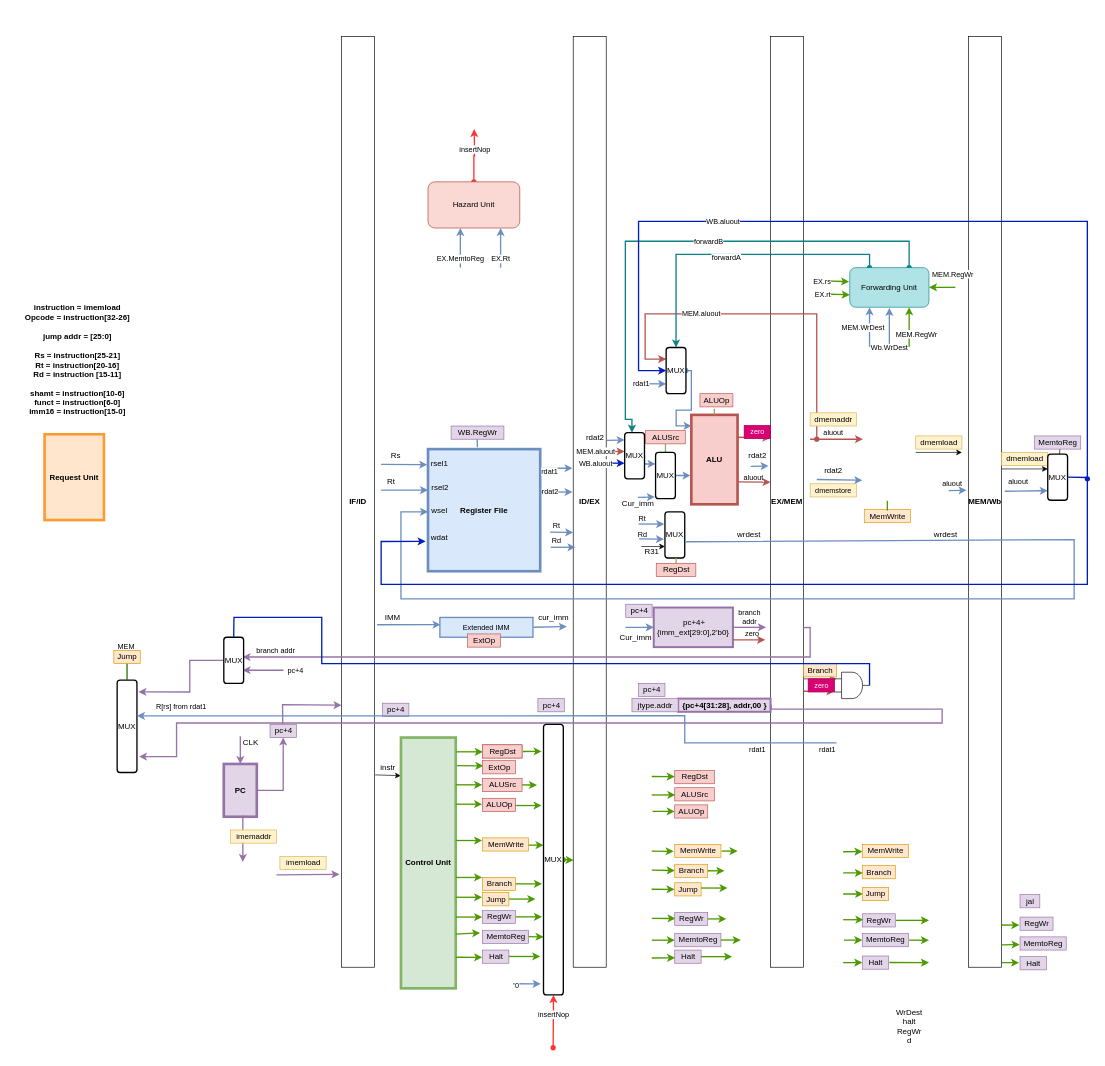
The draw.io diagram pipeline.drawio in vickyfyq/ece437, before the edit. Source tidied: cells renumbered, new cells numbered last; positions are measured from the earlier drawing's top-left corner, leaving out a move shared by most shapes. Both pictures are drawn from the tidied source at 66%, with x=0, y=0 at pixel (11, 36).
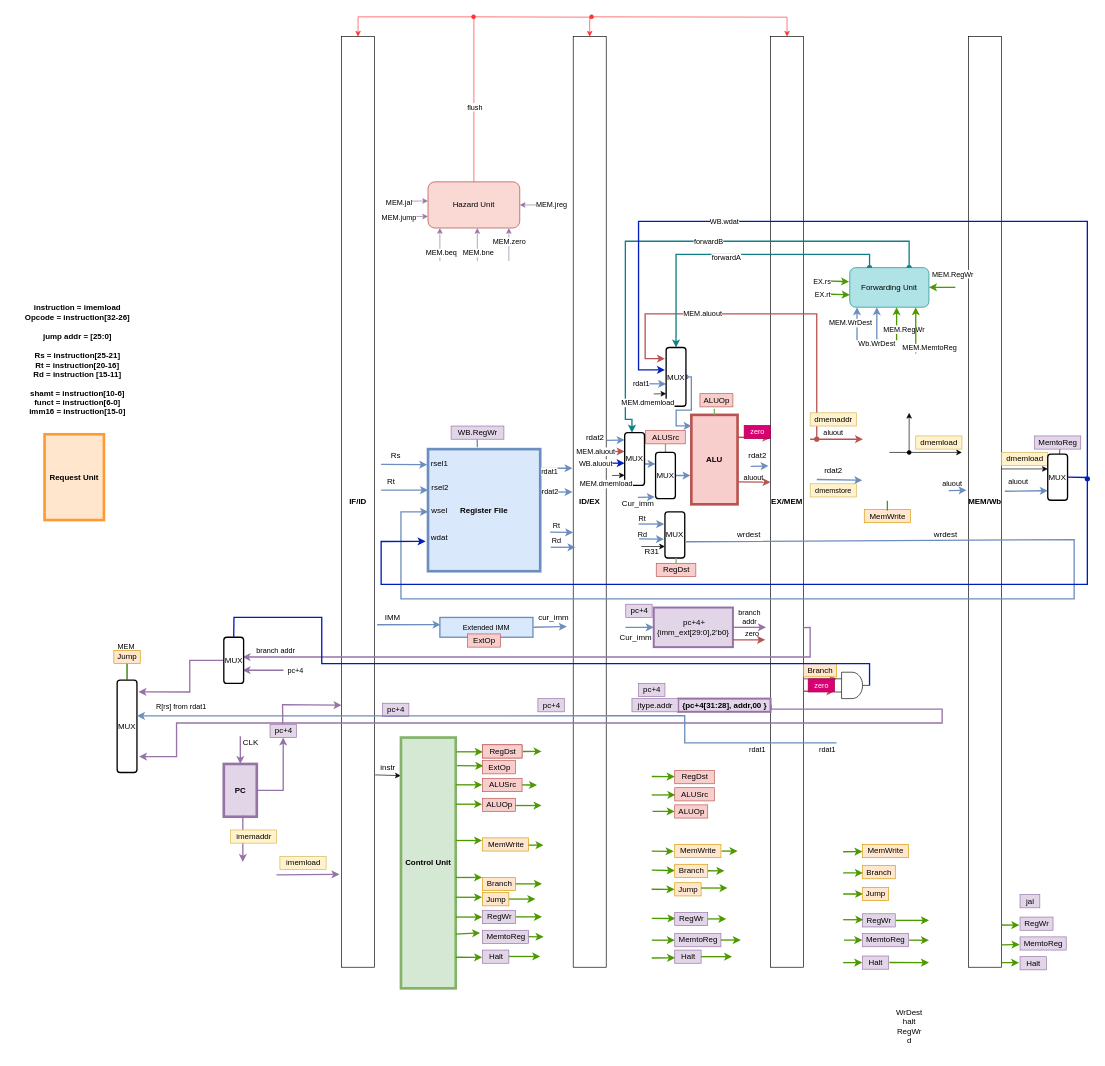
The same page after the edit.

Commit message:
updated forward, added hazard to pipeline.drawio

The change refers to these unchanged cells:
```xml
<mxCell id="2" value="IF/ID" style="rounded=0;whiteSpace=wrap;html=1;fontStyle=1;" parent="1" vertex="1">
  <mxGeometry x="500" width="50" height="1410" as="geometry" />
</mxCell>
<mxCell id="3" value="ID/EX" style="rounded=0;whiteSpace=wrap;html=1;fontStyle=1;" parent="1" vertex="1">
  <mxGeometry x="851" width="50" height="1410" as="geometry" />
</mxCell>
<mxCell id="4" value="EX/MEM" style="rounded=0;whiteSpace=wrap;html=1;fontStyle=1;" parent="1" vertex="1">
  <mxGeometry x="1150" width="50" height="1410" as="geometry" />
</mxCell>
<mxCell id="117" value="&lt;b&gt;ALU&lt;/b&gt;" style="rounded=0;whiteSpace=wrap;html=1;strokeColor=#b85450;strokeWidth=4;fillColor=#f8cecc;" parent="1" vertex="1">
  <mxGeometry x="1030" y="573.1" width="70" height="135.5" as="geometry" />
</mxCell>
<mxCell id="188" value="MUX" style="rounded=1;whiteSpace=wrap;html=1;strokeWidth=2;" parent="1" vertex="1">
  <mxGeometry x="160" y="975" width="30" height="140" as="geometry" />
</mxCell>
<mxCell id="193" value="{pc+4[31:28], addr,00 }" style="text;html=1;align=center;verticalAlign=middle;points=[];strokeColor=#9673a6;fillColor=#e1d5e7;fontColor=default;fontStyle=1;strokeWidth=3;" parent="1" vertex="1">
  <mxGeometry x="1010" y="1003" width="140" height="20" as="geometry" />
</mxCell>
<mxCell id="213" value="Forwarding Unit" style="rounded=1;whiteSpace=wrap;html=1;fillColor=#b0e3e6;strokeColor=#0e8088;" parent="1" vertex="1">
  <mxGeometry x="1270" y="350" width="120" height="60" as="geometry" />
</mxCell>
<mxCell id="239" value="Hazard Unit" style="rounded=1;whiteSpace=wrap;html=1;fillColor=#fad9d5;strokeColor=#ae4132;" parent="1" vertex="1">
  <mxGeometry x="631" y="220" width="139" height="70" as="geometry" />
</mxCell>
```

Diff of the diagram source:
```diff
@@
-    <mxCell id="149" style="endArrow=classic;html=1;rounded=0;labelBackgroundColor=default;fontFamily=Helvetica;fontSize=11;fontColor=default;strokeColor=#b85450;strokeWidth=2;fillColor=#f8cecc;shape=connector;entryX=0;entryY=0.25;entryDx=0;entryDy=0;edgeStyle=orthogonalEdgeStyle;startArrow=oval;startFill=1;" parent="1" edge="1" target="219">
+    <mxCell id="149" style="endArrow=classic;html=1;rounded=0;labelBackgroundColor=default;fontFamily=Helvetica;fontSize=11;fontColor=default;strokeColor=#b85450;strokeWidth=2;fillColor=#f8cecc;shape=connector;edgeStyle=orthogonalEdgeStyle;startArrow=oval;startFill=1;" parent="1" edge="1">
       <mxGeometry relative="1" as="geometry">
         <mxPoint x="1220" y="610" as="sourcePoint" />
+        <mxPoint x="990" y="488" as="targetPoint" />
         <Array as="points">
           <mxPoint x="1220" y="420" />
           <mxPoint x="960" y="420" />
           <mxPoint x="960" y="488" />
         </Array>
       </mxGeometry>
     </mxCell>
@@
-    <mxCell id="154" style="endArrow=classic;html=1;rounded=0;exitX=1.066;exitY=0.414;exitDx=0;exitDy=0;exitPerimeter=0;" parent="1" edge="1">
+    <mxCell id="154" style="endArrow=classic;html=1;rounded=0;" parent="1" edge="1">
       <mxGeometry relative="1" as="geometry">
-        <mxPoint x="1370" y="630" as="sourcePoint" />
+        <mxPoint x="1330" y="630" as="sourcePoint" />
         <mxPoint x="1440" y="630" as="targetPoint" />
       </mxGeometry>
     </mxCell>
@@
-    <mxCell id="192" style="edgeStyle=orthogonalEdgeStyle;shape=connector;rounded=0;jettySize=auto;html=1;labelBackgroundColor=default;fontFamily=Helvetica;fontSize=11;fontColor=#000000;endArrow=classic;strokeColor=#9673a6;strokeWidth=2;fillColor=#e1d5e7;entryX=1.104;entryY=0.827;entryDx=0;entryDy=0;entryPerimeter=0;exitX=1.007;exitY=0.467;exitDx=0;exitDy=0;exitPerimeter=0;" parent="1" edge="1" source="193" target="188">
+    <mxCell id="192" style="edgeStyle=orthogonalEdgeStyle;shape=connector;rounded=0;jettySize=auto;html=1;labelBackgroundColor=default;fontFamily=Helvetica;fontSize=11;fontColor=#000000;endArrow=classic;strokeColor=#9673A6;strokeWidth=2;fillColor=#e1d5e7;entryX=1.104;entryY=0.827;entryDx=0;entryDy=0;entryPerimeter=0;exitX=1.007;exitY=0.467;exitDx=0;exitDy=0;exitPerimeter=0;" parent="1" edge="1" source="193" target="188">
       <mxGeometry relative="1" as="geometry">
         <Array as="points">
           <mxPoint x="1151" y="1019" />
           <mxPoint x="1410" y="1019" />
           <mxPoint x="1410" y="1040" />
           <mxPoint x="250" y="1040" />
           <mxPoint x="250" y="1091" />
         </Array>
       </mxGeometry>
     </mxCell>
@@
-    <mxCell id="214" style="endArrow=classic;html=1;rounded=0;entryX=0.25;entryY=1;entryDx=0;entryDy=0;fillColor=#dae8fc;strokeColor=#6c8ebf;strokeWidth=2;" parent="1" edge="1" target="213">
+    <mxCell id="214" style="endArrow=classic;html=1;rounded=0;fillColor=#dae8fc;strokeColor=#6c8ebf;strokeWidth=2;" parent="1" edge="1">
       <mxGeometry relative="1" as="geometry">
-        <mxPoint x="1300" y="470" as="sourcePoint" />
+        <mxPoint x="1281" y="460" as="sourcePoint" />
+        <mxPoint x="1281" y="410" as="targetPoint" />
       </mxGeometry>
     </mxCell>
@@
-    <mxCell id="216" style="endArrow=classic;html=1;rounded=0;entryX=0.25;entryY=1;entryDx=0;entryDy=0;fillColor=#dae8fc;strokeColor=#6C8EBF;strokeWidth=2;" parent="1" edge="1">
+    <mxCell id="216" style="endArrow=classic;html=1;rounded=0;fillColor=#dae8fc;strokeColor=#6C8EBF;strokeWidth=2;" parent="1" edge="1">
       <mxGeometry relative="1" as="geometry">
-        <mxPoint x="1330" y="471" as="sourcePoint" />
-        <mxPoint x="1330" y="411" as="targetPoint" />
+        <mxPoint x="1311" y="461" as="sourcePoint" />
+        <mxPoint x="1311" y="410" as="targetPoint" />
       </mxGeometry>
     </mxCell>
@@
     <mxCell id="218" style="edgeStyle=orthogonalEdgeStyle;rounded=0;jettySize=auto;html=1;exitX=1;exitY=0.5;exitDx=0;exitDy=0;startArrow=oval;startFill=1;strokeColor=#6C8EBF;strokeWidth=2;entryX=0.005;entryY=0.124;entryDx=0;entryDy=0;entryPerimeter=0;" parent="1" edge="1" source="219" target="117">
       <mxGeometry relative="1" as="geometry">
         <Array as="points">
-          <mxPoint x="1030" y="506" />
+          <mxPoint x="1030" y="515" />
           <mxPoint x="1030" y="566" />
           <mxPoint x="1007" y="566" />
           <mxPoint x="1007" y="590" />
         </Array>
       </mxGeometry>
     </mxCell>
     <mxCell id="219" value="MUX" style="rounded=1;whiteSpace=wrap;html=1;strokeWidth=2;" parent="1" vertex="1">
-      <mxGeometry x="991.8" y="471" width="30" height="70" as="geometry" />
+      <mxGeometry x="991.8" y="471" width="30" height="89" as="geometry" />
     </mxCell>
@@
-    <mxCell id="221" style="endArrow=classic;html=1;rounded=0;strokeWidth=2;strokeColor=#001DBC;entryX=0;entryY=0.5;entryDx=0;entryDy=0;edgeStyle=orthogonalEdgeStyle;startArrow=oval;startFill=1;" parent="1" edge="1" target="219">
+    <mxCell id="221" style="endArrow=classic;html=1;rounded=0;strokeWidth=2;strokeColor=#001DBC;edgeStyle=orthogonalEdgeStyle;startArrow=oval;startFill=1;" parent="1" edge="1">
       <mxGeometry relative="1" as="geometry">
         <mxPoint x="1630" y="670" as="sourcePoint" />
+        <mxPoint x="990" y="505" as="targetPoint" />
         <Array as="points">
           <mxPoint x="1630" y="280" />
           <mxPoint x="950" y="280" />
-          <mxPoint x="950" y="506" />
+          <mxPoint x="950" y="505" />
         </Array>
       </mxGeometry>
     </mxCell>
-    <mxCell id="222" value="WB.aluout" style="edgeLabel;html=1;align=center;verticalAlign=middle;" parent="221" vertex="1">
+    <mxCell id="222" value="WB.wdat" style="edgeLabel;html=1;align=center;verticalAlign=middle;" parent="221" vertex="1">
       <mxGeometry x="0.41" y="-1" relative="1" as="geometry" />
     </mxCell>
@@
-    <mxCell id="227" style="endArrow=classic;html=1;rounded=0;strokeColor=#4D9900;strokeWidth=2;entryX=0.75;entryY=1;entryDx=0;entryDy=0;" parent="1" edge="1" target="213">
+    <mxCell id="227" style="endArrow=classic;html=1;rounded=0;strokeColor=#4D9900;strokeWidth=2;" parent="1" edge="1">
       <mxGeometry relative="1" as="geometry">
-        <mxPoint x="1360" y="470" as="sourcePoint" />
+        <mxPoint x="1341" y="460" as="sourcePoint" />
+        <mxPoint x="1341" y="410" as="targetPoint" />
       </mxGeometry>
     </mxCell>
@@
     <mxCell id="236" value="MUX" style="rounded=1;whiteSpace=wrap;html=1;strokeWidth=2;" parent="1" vertex="1">
-      <mxGeometry x="929" y="600" width="30" height="70" as="geometry" />
+      <mxGeometry x="929" y="600" width="30" height="80" as="geometry" />
     </mxCell>
-    <mxCell id="237" style="edgeStyle=orthogonalEdgeStyle;rounded=0;jettySize=auto;html=1;exitX=0.5;exitY=0;exitDx=0;exitDy=0;startArrow=oval;startFill=1;strokeColor=#FF3333;strokeWidth=2;" parent="1" edge="1" source="239">
-      <mxGeometry relative="1" as="geometry">
-        <mxPoint x="701" y="140" as="targetPoint" />
-      </mxGeometry>
-    </mxCell>
-    <mxCell id="238" value="insertNop" style="edgeLabel;html=1;align=center;verticalAlign=middle;" parent="237" vertex="1">
-      <mxGeometry x="0.27" relative="1" as="geometry" />
-    </mxCell>
+    <mxCell id="250" style="edgeStyle=orthogonalEdgeStyle;rounded=0;jettySize=auto;html=1;exitX=0.5;exitY=0;exitDx=0;exitDy=0;startArrow=none;startFill=0;strokeColor=#FF3333;entryX=0.5;entryY=0;entryDx=0;entryDy=0;" parent="1" edge="1" source="239" target="2">
+      <mxGeometry relative="1" as="geometry">
+        <Array as="points">
+          <mxPoint x="700" y="-30" />
+          <mxPoint x="525" y="-30" />
+        </Array>
+      </mxGeometry>
+    </mxCell>
+    <mxCell id="251" value="flush" style="edgeLabel;html=1;align=center;verticalAlign=middle;" parent="250" vertex="1">
+      <mxGeometry x="-0.5" y="-1" relative="1" as="geometry" />
+    </mxCell>
@@
-    <mxCell id="240" style="endArrow=classic;html=1;rounded=0;strokeColor=#6C8EBF;strokeWidth=2;" parent="1" edge="1">
-      <mxGeometry relative="1" as="geometry">
-        <mxPoint x="741" y="350" as="sourcePoint" />
-        <mxPoint x="741" y="290" as="targetPoint" />
-      </mxGeometry>
-    </mxCell>
-    <mxCell id="241" value="EX.Rt" style="edgeLabel;html=1;align=center;verticalAlign=middle;" parent="240" vertex="1">
-      <mxGeometry x="-0.52" y="1" relative="1" as="geometry" />
-    </mxCell>
-    <mxCell id="242" style="endArrow=classic;html=1;rounded=0;strokeColor=#6C8EBF;strokeWidth=2;" parent="1" edge="1">
-      <mxGeometry relative="1" as="geometry">
-        <mxPoint x="680" y="350" as="sourcePoint" />
-        <mxPoint x="680" y="290" as="targetPoint" />
-      </mxGeometry>
-    </mxCell>
-    <mxCell id="243" value="EX.MemtoReg" style="edgeLabel;html=1;align=center;verticalAlign=middle;" parent="242" vertex="1">
-      <mxGeometry x="-0.52" y="1" relative="1" as="geometry" />
-    </mxCell>
-    <mxCell id="244" style="rounded=0;orthogonalLoop=1;jettySize=auto;html=1;exitX=0.5;exitY=0;exitDx=0;exitDy=0;startArrow=oval;startFill=1;strokeColor=#FF3333;strokeWidth=2;" parent="1" edge="1">
-      <mxGeometry relative="1" as="geometry">
-        <mxPoint x="820.6" y="1532" as="sourcePoint" />
-        <mxPoint x="821.1" y="1452" as="targetPoint" />
-      </mxGeometry>
-    </mxCell>
-    <mxCell id="245" value="insertNop" style="edgeLabel;html=1;align=center;verticalAlign=middle;" parent="244" vertex="1">
-      <mxGeometry x="0.27" relative="1" as="geometry" />
-    </mxCell>
-    <mxCell id="246" style="edgeStyle=none;rounded=0;jettySize=auto;html=1;exitX=1;exitY=0.5;exitDx=0;exitDy=0;entryX=0.013;entryY=0.885;entryDx=0;entryDy=0;entryPerimeter=0;startArrow=oval;startFill=1;strokeColor=#4D9900;strokeWidth=2;" parent="1" edge="1" source="247" target="3">
-      <mxGeometry relative="1" as="geometry" />
-    </mxCell>
-    <mxCell id="247" value="MUX" style="rounded=1;whiteSpace=wrap;html=1;strokeWidth=2;" parent="1" vertex="1">
-      <mxGeometry x="806" y="1042" width="30" height="410" as="geometry" />
-    </mxCell>
-    <mxCell id="248" style="endArrow=classic;html=1;rounded=0;strokeColor=#6C8EBF;strokeWidth=2;entryX=-0.144;entryY=0.959;entryDx=0;entryDy=0;entryPerimeter=0;" parent="1" edge="1" target="247">
-      <mxGeometry relative="1" as="geometry">
-        <mxPoint x="760" y="1435" as="sourcePoint" />
-      </mxGeometry>
-    </mxCell>
-    <mxCell id="249" value="0" style="edgeLabel;html=1;align=center;verticalAlign=middle;" parent="248" vertex="1">
-      <mxGeometry x="-0.72" y="-2" relative="1" as="geometry" />
-    </mxCell>
+    <mxCell id="252" style="endArrow=classic;html=1;rounded=0;strokeColor=#9673A6;" parent="1" edge="1">
+      <mxGeometry relative="1" as="geometry">
+        <mxPoint x="649" y="340" as="sourcePoint" />
+        <mxPoint x="649" y="290" as="targetPoint" />
+      </mxGeometry>
+    </mxCell>
+    <mxCell id="253" value="MEM.beq" style="edgeLabel;html=1;align=center;verticalAlign=middle;" parent="252" vertex="1">
+      <mxGeometry x="-0.47" y="-1" relative="1" as="geometry" />
+    </mxCell>
+    <mxCell id="254" style="endArrow=classic;html=1;rounded=0;strokeColor=#9673A6;" parent="1" edge="1">
+      <mxGeometry relative="1" as="geometry">
+        <mxPoint x="705.7" y="340" as="sourcePoint" />
+        <mxPoint x="705.7" y="290" as="targetPoint" />
+      </mxGeometry>
+    </mxCell>
+    <mxCell id="255" value="MEM.bne" style="edgeLabel;html=1;align=center;verticalAlign=middle;" parent="254" vertex="1">
+      <mxGeometry x="-0.47" y="-1" relative="1" as="geometry" />
+    </mxCell>
+    <mxCell id="256" style="endArrow=classic;html=1;rounded=0;strokeColor=#9673A6;" parent="1" edge="1">
+      <mxGeometry relative="1" as="geometry">
+        <mxPoint x="753.5" y="340" as="sourcePoint" />
+        <mxPoint x="753.5" y="290" as="targetPoint" />
+      </mxGeometry>
+    </mxCell>
+    <mxCell id="257" value="MEM.zero" style="edgeLabel;html=1;align=center;verticalAlign=middle;" parent="256" vertex="1">
+      <mxGeometry x="-0.47" y="-1" relative="1" as="geometry">
+        <mxPoint x="-1" y="-17" as="offset" />
+      </mxGeometry>
+    </mxCell>
+    <mxCell id="258" style="endArrow=classic;html=1;rounded=0;strokeColor=#FF3333;entryX=0.5;entryY=0;entryDx=0;entryDy=0;startArrow=oval;startFill=1;edgeStyle=orthogonalEdgeStyle;" parent="1" edge="1" target="3">
+      <mxGeometry relative="1" as="geometry">
+        <mxPoint x="700" y="-30" as="sourcePoint" />
+      </mxGeometry>
+    </mxCell>
+    <mxCell id="259" style="endArrow=classic;html=1;rounded=0;strokeColor=#FF3333;entryX=0.5;entryY=0;entryDx=0;entryDy=0;startArrow=oval;startFill=1;edgeStyle=orthogonalEdgeStyle;" parent="1" edge="1" target="4">
+      <mxGeometry relative="1" as="geometry">
+        <mxPoint x="878.8" y="-30" as="sourcePoint" />
+      </mxGeometry>
+    </mxCell>
+    <mxCell id="260" style="endArrow=classic;html=1;rounded=0;strokeColor=#9673A6;entryX=0;entryY=0.75;entryDx=0;entryDy=0;" parent="1" edge="1" target="239">
+      <mxGeometry relative="1" as="geometry">
+        <mxPoint x="570" y="273" as="sourcePoint" />
+      </mxGeometry>
+    </mxCell>
+    <mxCell id="261" value="MEM.jump" style="edgeLabel;html=1;align=center;verticalAlign=middle;" parent="260" vertex="1">
+      <mxGeometry x="-0.47" y="-1" relative="1" as="geometry" />
+    </mxCell>
+    <mxCell id="262" style="endArrow=classic;html=1;rounded=0;strokeColor=#9673A6;entryX=0;entryY=0.75;entryDx=0;entryDy=0;" parent="1" edge="1">
+      <mxGeometry relative="1" as="geometry">
+        <mxPoint x="570" y="249.5" as="sourcePoint" />
+        <mxPoint x="631" y="249" as="targetPoint" />
+      </mxGeometry>
+    </mxCell>
+    <mxCell id="263" value="MEM.jal" style="edgeLabel;html=1;align=center;verticalAlign=middle;" parent="262" vertex="1">
+      <mxGeometry x="-0.47" y="-1" relative="1" as="geometry" />
+    </mxCell>
+    <mxCell id="264" style="endArrow=classic;html=1;rounded=0;strokeColor=#9673A6;" parent="1" edge="1">
+      <mxGeometry relative="1" as="geometry">
+        <mxPoint x="830" y="255" as="sourcePoint" />
+        <mxPoint x="770" y="255" as="targetPoint" />
+      </mxGeometry>
+    </mxCell>
+    <mxCell id="265" value="MEM.jreg" style="edgeLabel;html=1;align=center;verticalAlign=middle;" parent="264" vertex="1">
+      <mxGeometry x="-0.47" y="-1" relative="1" as="geometry">
+        <mxPoint x="3" as="offset" />
+      </mxGeometry>
+    </mxCell>
+    <mxCell id="266" style="endArrow=classic;html=1;rounded=0;" parent="1" edge="1">
+      <mxGeometry relative="1" as="geometry">
+        <mxPoint x="910" y="665" as="sourcePoint" />
+        <mxPoint x="929" y="664.6" as="targetPoint" />
+      </mxGeometry>
+    </mxCell>
+    <mxCell id="267" value="MEM.dmemload" style="edgeLabel;html=1;align=center;verticalAlign=middle;" parent="266" vertex="1">
+      <mxGeometry x="-0.32" relative="1" as="geometry">
+        <mxPoint x="-15" y="13" as="offset" />
+      </mxGeometry>
+    </mxCell>
+    <mxCell id="268" style="endArrow=classic;html=1;rounded=0;" parent="1" edge="1">
+      <mxGeometry relative="1" as="geometry">
+        <mxPoint x="973" y="541.4" as="sourcePoint" />
+        <mxPoint x="992" y="541" as="targetPoint" />
+      </mxGeometry>
+    </mxCell>
+    <mxCell id="269" value="MEM.dmemload" style="edgeLabel;html=1;align=center;verticalAlign=middle;" parent="268" vertex="1">
+      <mxGeometry x="-0.32" relative="1" as="geometry">
+        <mxPoint x="-15" y="13" as="offset" />
+      </mxGeometry>
+    </mxCell>
+    <mxCell id="270" style="endArrow=classic;html=1;rounded=0;startArrow=oval;startFill=1;" parent="1" edge="1">
+      <mxGeometry relative="1" as="geometry">
+        <mxPoint x="1360" y="630" as="sourcePoint" />
+        <mxPoint x="1360" y="570" as="targetPoint" />
+      </mxGeometry>
+    </mxCell>
+    <mxCell id="271" style="endArrow=classic;html=1;rounded=0;strokeColor=#4D9900;strokeWidth=2;" parent="1" edge="1">
+      <mxGeometry relative="1" as="geometry">
+        <mxPoint x="1370" y="480" as="sourcePoint" />
+        <mxPoint x="1370" y="410" as="targetPoint" />
+      </mxGeometry>
+    </mxCell>
+    <mxCell id="272" value="MEM.MemtoReg" style="edgeLabel;html=1;align=center;verticalAlign=middle;" parent="271" vertex="1">
+      <mxGeometry x="-0.47" relative="1" as="geometry">
+        <mxPoint x="20" y="10" as="offset" />
+      </mxGeometry>
+    </mxCell>
```
